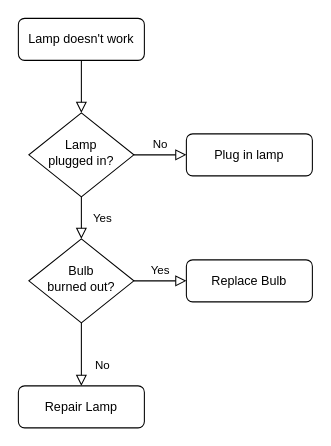
The draw.io diagram desktop-workflow.drawio in fallenprogrammr/opencore, before the edit. Source tidied: cells renumbered, new cells numbered last; positions are measured from the earlier drawing's top-left corner, leaving out a move shared by most shapes. Both pictures are drawn from the tidied source at 105%, with x=0, y=0 at pixel (18, 18).
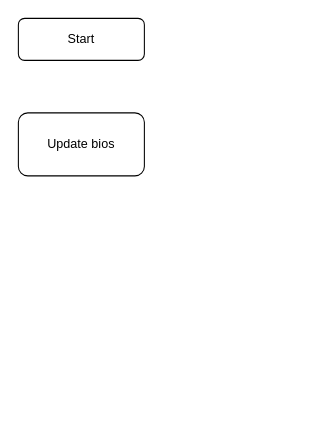
Above is the later version.

The edit, as a diff of the source:
```diff
@@
 <mxGraphModel>
   <root>
     <mxCell id="0" />
     <mxCell id="1" parent="0" />
-    <mxCell id="2" style="rounded=0;html=1;jettySize=auto;fontSize=11;endArrow=block;endFill=0;endSize=8;strokeWidth=1;shadow=0;labelBackgroundColor=none;edgeStyle=orthogonalEdgeStyle;" parent="1" edge="1" source="3" target="6">
-      <mxGeometry relative="1" as="geometry" />
-    </mxCell>
-    <mxCell id="3" value="Lamp doesn't work" style="rounded=1;whiteSpace=wrap;html=1;fontSize=12;glass=0;strokeWidth=1;shadow=0;" parent="1" vertex="1">
+    <mxCell id="3" value="Start" style="rounded=1;whiteSpace=wrap;html=1;fontSize=12;glass=0;strokeWidth=1;shadow=0;" parent="1" vertex="1">
       <mxGeometry width="120" height="40" as="geometry" />
     </mxCell>
-    <mxCell id="4" value="Yes" style="rounded=0;html=1;jettySize=auto;fontSize=11;endArrow=block;endFill=0;endSize=8;strokeWidth=1;shadow=0;labelBackgroundColor=none;edgeStyle=orthogonalEdgeStyle;" parent="1" edge="1" source="6" target="10">
-      <mxGeometry y="20" relative="1" as="geometry" />
-    </mxCell>
-    <mxCell id="5" value="No" style="edgeStyle=orthogonalEdgeStyle;rounded=0;html=1;jettySize=auto;fontSize=11;endArrow=block;endFill=0;endSize=8;strokeWidth=1;shadow=0;labelBackgroundColor=none;" parent="1" edge="1" source="6" target="7">
-      <mxGeometry y="10" relative="1" as="geometry" />
-    </mxCell>
-    <mxCell id="6" value="Lamp&lt;br&gt;plugged in?" style="rhombus;whiteSpace=wrap;html=1;shadow=0;fontFamily=Helvetica;fontSize=12;align=center;strokeWidth=1;spacing=6;spacingTop=-4;" parent="1" vertex="1">
-      <mxGeometry x="10" y="90" width="100" height="80" as="geometry" />
-    </mxCell>
-    <mxCell id="7" value="Plug in lamp" style="rounded=1;whiteSpace=wrap;html=1;fontSize=12;glass=0;strokeWidth=1;shadow=0;" parent="1" vertex="1">
-      <mxGeometry x="160" y="110" width="120" height="40" as="geometry" />
-    </mxCell>
-    <mxCell id="8" value="No" style="rounded=0;html=1;jettySize=auto;fontSize=11;endArrow=block;endFill=0;endSize=8;strokeWidth=1;shadow=0;labelBackgroundColor=none;edgeStyle=orthogonalEdgeStyle;" parent="1" edge="1" source="10" target="11">
-      <mxGeometry x="0.33" y="20" relative="1" as="geometry" />
-    </mxCell>
-    <mxCell id="9" value="Yes" style="edgeStyle=orthogonalEdgeStyle;rounded=0;html=1;jettySize=auto;fontSize=11;endArrow=block;endFill=0;endSize=8;strokeWidth=1;shadow=0;labelBackgroundColor=none;" parent="1" edge="1" source="10" target="12">
-      <mxGeometry y="10" relative="1" as="geometry" />
+    <mxCell id="9" value="Yes" style="edgeStyle=orthogonalEdgeStyle;rounded=0;html=1;jettySize=auto;orthogonalLoop=1;fontSize=11;endArrow=block;endFill=0;endSize=8;strokeWidth=1;shadow=0;labelBackgroundColor=none;" parent="1" edge="1">
+      <mxGeometry y="10" relative="1" as="geometry">
+        <mxPoint x="-70" y="300" as="sourcePoint" />
+      </mxGeometry>
     </mxCell>
-    <mxCell id="10" value="Bulb&lt;br&gt;burned out?" style="rhombus;whiteSpace=wrap;html=1;shadow=0;fontFamily=Helvetica;fontSize=12;align=center;strokeWidth=1;spacing=6;spacingTop=-4;" parent="1" vertex="1">
-      <mxGeometry x="10" y="210" width="100" height="80" as="geometry" />
-    </mxCell>
-    <mxCell id="11" value="Repair Lamp" style="rounded=1;whiteSpace=wrap;html=1;fontSize=12;glass=0;strokeWidth=1;shadow=0;" parent="1" vertex="1">
-      <mxGeometry y="350" width="120" height="40" as="geometry" />
-    </mxCell>
-    <mxCell id="12" value="Replace Bulb" style="rounded=1;whiteSpace=wrap;html=1;fontSize=12;glass=0;strokeWidth=1;shadow=0;" parent="1" vertex="1">
-      <mxGeometry x="160" y="230" width="120" height="40" as="geometry" />
-    </mxCell>
+    <mxCell id="13" value="Update bios" style="rounded=1;whiteSpace=wrap;html=1;" parent="1" vertex="1">
+      <mxGeometry y="90" width="120" height="60" as="geometry" />
+    </mxCell>
   </root>
 </mxGraphModel>
```
